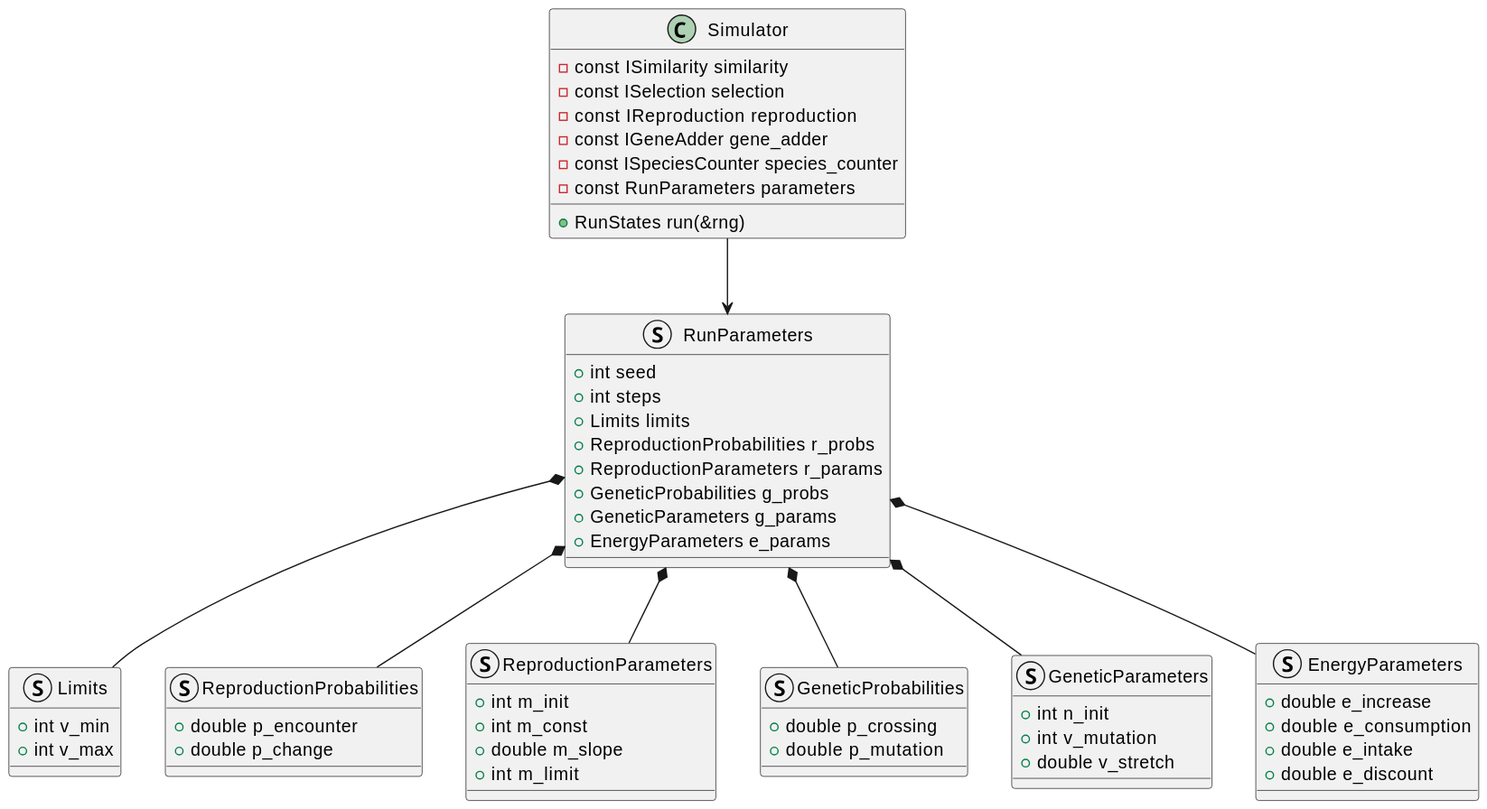
This is thesis/assets/diagrams/cpp_simulator_params.svg from hamrik/fatint-thesis, a PlantUML export, as it was before one commit. The source it was exported from:
```plantuml
@startuml
class Simulator {
  - const ISimilarity similarity
  - const ISelection selection
  - const IReproduction reproduction
  - const IGeneAdder gene_adder
  - const ISpeciesCounter species_counter
  - const RunParameters parameters
  + RunStates run(&rng)
}

struct RunParameters {
  + int seed
  + int steps
  + Limits limits
  + ReproductionProbabilities r_probs
  + ReproductionParameters r_params
  + GeneticProbabilities g_probs
  + GeneticParameters g_params
  + EnergyParameters e_params
}
struct Limits {
  + int v_min
  + int v_max
}
struct ReproductionProbabilities {
  + double p_encounter
  + double p_change
}
struct ReproductionParameters {
  + int m_init
  + int m_const
  + double m_slope
  + int m_limit
}
struct GeneticProbabilities {
  + double p_crossing
  + double p_mutation
}
struct GeneticParameters {
  + int n_init
  + int v_mutation
  + double v_stretch
}
struct EnergyParameters {
  + double e_increase
  + double e_consumption
  + double e_intake
  + double e_discount
}

RunParameters *-- Limits
RunParameters *-- ReproductionParameters
RunParameters *-- ReproductionProbabilities
RunParameters *-- GeneticParameters
RunParameters *-- GeneticProbabilities
RunParameters *-- EnergyParameters

Simulator --> RunParameters
@enduml
```
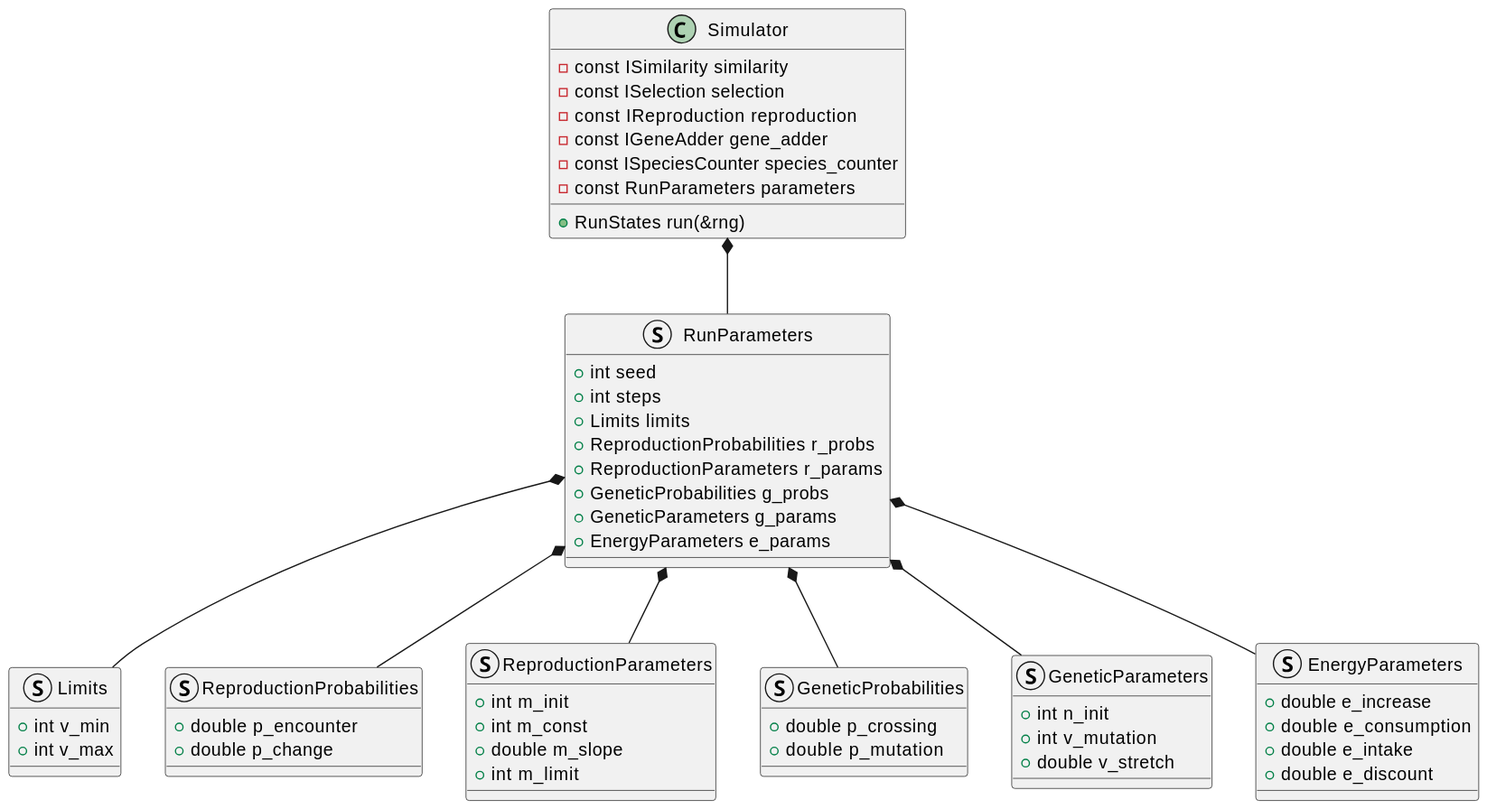
Later version of the same file.

Change to the diagram source:
```diff
@@ -56,5 +56,5 @@
 RunParameters *-- GeneticProbabilities
 RunParameters *-- EnergyParameters
 
-Simulator --> RunParameters
+Simulator *-- RunParameters
 @enduml
```
